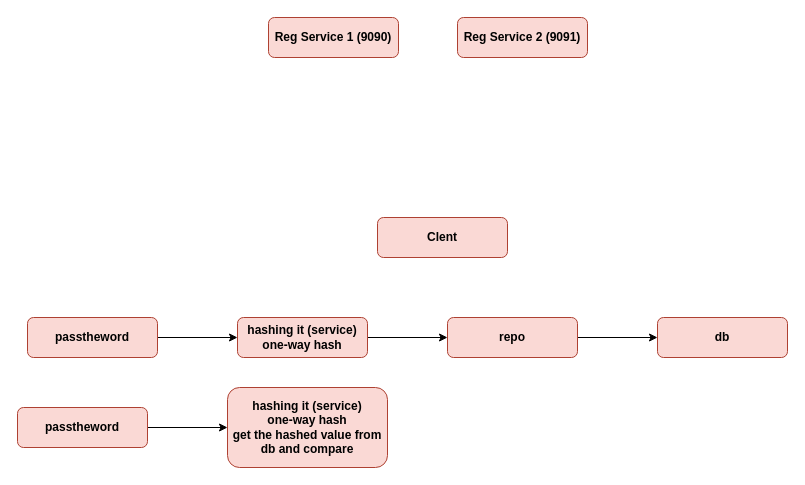
Earlier version of the draw.io diagram page "Microservices with API Gateway" (18 of 18) of LET US DRAW/LET US DRAW.drawio (aushub230123/ausGit). Source tidied: cells renumbered, new cells numbered last; positions are measured from the earlier drawing's top-left corner, leaving out a move shared by most shapes. Both pictures are drawn from the tidied source at 100%, with x=0, y=0 at pixel (17, 17).
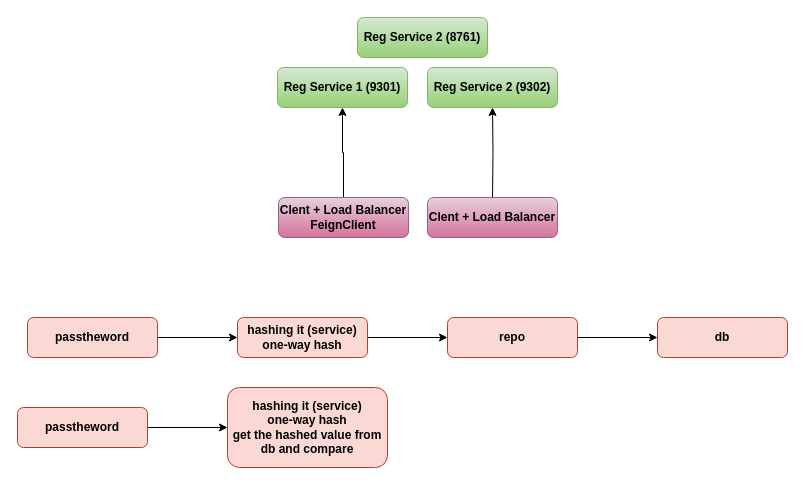
The same diagram, later.

What changed in the source:
```diff
@@
 <mxGraphModel>
   <root>
     <mxCell id="0" />
     <mxCell id="1" parent="0" />
-    <mxCell id="2" value="Reg Service 1 (9090)" style="rounded=1;whiteSpace=wrap;html=1;fillColor=#fad9d5;strokeColor=#ae4132;fontStyle=1;verticalAlign=middle;" parent="1" vertex="1">
-      <mxGeometry x="251" width="130" height="40" as="geometry" />
+    <mxCell id="2" value="Reg Service 1 (9301)" style="rounded=1;whiteSpace=wrap;html=1;fillColor=#d5e8d4;strokeColor=#82b366;fontStyle=1;verticalAlign=middle;gradientColor=#97d077;" parent="1" vertex="1">
+      <mxGeometry x="260" y="50" width="130" height="40" as="geometry" />
     </mxCell>
-    <mxCell id="3" value="Reg Service 2 (9091)" style="rounded=1;whiteSpace=wrap;html=1;fillColor=#fad9d5;strokeColor=#ae4132;fontStyle=1;verticalAlign=middle;" parent="1" vertex="1">
-      <mxGeometry x="440" width="130" height="40" as="geometry" />
+    <mxCell id="3" value="Reg Service 2 (9302)" style="rounded=1;whiteSpace=wrap;html=1;fillColor=#d5e8d4;strokeColor=#82b366;fontStyle=1;verticalAlign=middle;gradientColor=#97d077;" parent="1" vertex="1">
+      <mxGeometry x="410" y="50" width="130" height="40" as="geometry" />
     </mxCell>
+    <mxCell id="15" style="edgeStyle=orthogonalEdgeStyle;rounded=0;jettySize=auto;html=1;entryX=0.5;entryY=1;entryDx=0;entryDy=0;" parent="1" edge="1" source="4" target="2">
+      <mxGeometry relative="1" as="geometry" />
+    </mxCell>
-    <mxCell id="4" value="Clent" style="rounded=1;whiteSpace=wrap;html=1;fillColor=#fad9d5;strokeColor=#ae4132;fontStyle=1;verticalAlign=middle;" parent="1" vertex="1">
-      <mxGeometry x="360" y="200" width="130" height="40" as="geometry" />
+    <mxCell id="4" value="Clent + Load Balancer&lt;br&gt;FeignClient" style="rounded=1;whiteSpace=wrap;html=1;fillColor=#e6d0de;strokeColor=#996185;fontStyle=1;verticalAlign=middle;gradientColor=#d5739d;" parent="1" vertex="1">
+      <mxGeometry x="261" y="180" width="130" height="40" as="geometry" />
     </mxCell>
     <mxCell id="5" style="edgeStyle=orthogonalEdgeStyle;rounded=0;jettySize=auto;html=1;" parent="1" edge="1" source="6" target="8">
       <mxGeometry relative="1" as="geometry" />
     </mxCell>
     <mxCell id="6" value="passtheword" style="rounded=1;whiteSpace=wrap;html=1;fillColor=#fad9d5;strokeColor=#ae4132;fontStyle=1;verticalAlign=middle;" parent="1" vertex="1">
       <mxGeometry x="10" y="300" width="130" height="40" as="geometry" />
     </mxCell>
     <mxCell id="7" style="edgeStyle=orthogonalEdgeStyle;rounded=0;jettySize=auto;html=1;" parent="1" edge="1" source="8" target="10">
       <mxGeometry relative="1" as="geometry" />
     </mxCell>
     <mxCell id="8" value="hashing it (service)&lt;br&gt;one-way hash" style="rounded=1;whiteSpace=wrap;html=1;fillColor=#fad9d5;strokeColor=#ae4132;fontStyle=1;verticalAlign=middle;" parent="1" vertex="1">
       <mxGeometry x="220" y="300" width="130" height="40" as="geometry" />
     </mxCell>
     <mxCell id="9" style="edgeStyle=orthogonalEdgeStyle;rounded=0;jettySize=auto;html=1;" parent="1" edge="1" source="10" target="11">
       <mxGeometry relative="1" as="geometry" />
     </mxCell>
     <mxCell id="10" value="repo" style="rounded=1;whiteSpace=wrap;html=1;fillColor=#fad9d5;strokeColor=#ae4132;fontStyle=1;verticalAlign=middle;" parent="1" vertex="1">
       <mxGeometry x="430" y="300" width="130" height="40" as="geometry" />
     </mxCell>
     <mxCell id="11" value="db" style="rounded=1;whiteSpace=wrap;html=1;fillColor=#fad9d5;strokeColor=#ae4132;fontStyle=1;verticalAlign=middle;" parent="1" vertex="1">
       <mxGeometry x="640" y="300" width="130" height="40" as="geometry" />
     </mxCell>
     <mxCell id="12" style="edgeStyle=orthogonalEdgeStyle;rounded=0;jettySize=auto;html=1;" parent="1" edge="1" source="13" target="14">
       <mxGeometry relative="1" as="geometry" />
     </mxCell>
     <mxCell id="13" value="passtheword" style="rounded=1;whiteSpace=wrap;html=1;fillColor=#fad9d5;strokeColor=#ae4132;fontStyle=1;verticalAlign=middle;" parent="1" vertex="1">
       <mxGeometry y="390" width="130" height="40" as="geometry" />
     </mxCell>
     <mxCell id="14" value="hashing it (service)&lt;br&gt;one-way hash&lt;br&gt;get the hashed value from db and compare" style="rounded=1;whiteSpace=wrap;html=1;fillColor=#fad9d5;strokeColor=#ae4132;fontStyle=1;verticalAlign=middle;" parent="1" vertex="1">
       <mxGeometry x="210" y="370" width="160" height="80" as="geometry" />
     </mxCell>
+    <mxCell id="16" value="Reg Service 2 (8761)" style="rounded=1;whiteSpace=wrap;html=1;fillColor=#d5e8d4;strokeColor=#82b366;fontStyle=1;verticalAlign=middle;gradientColor=#97d077;" parent="1" vertex="1">
+      <mxGeometry x="340" width="130" height="40" as="geometry" />
+    </mxCell>
+    <mxCell id="17" style="edgeStyle=orthogonalEdgeStyle;rounded=0;jettySize=auto;html=1;entryX=0.5;entryY=1;entryDx=0;entryDy=0;" parent="1" edge="1" target="3">
+      <mxGeometry relative="1" as="geometry">
+        <mxPoint x="475" y="180" as="sourcePoint" />
+      </mxGeometry>
+    </mxCell>
+    <mxCell id="18" value="Clent + Load Balancer" style="rounded=1;whiteSpace=wrap;html=1;fillColor=#e6d0de;strokeColor=#996185;fontStyle=1;verticalAlign=middle;gradientColor=#d5739d;" parent="1" vertex="1">
+      <mxGeometry x="410" y="180" width="130" height="40" as="geometry" />
+    </mxCell>
   </root>
 </mxGraphModel>
```
